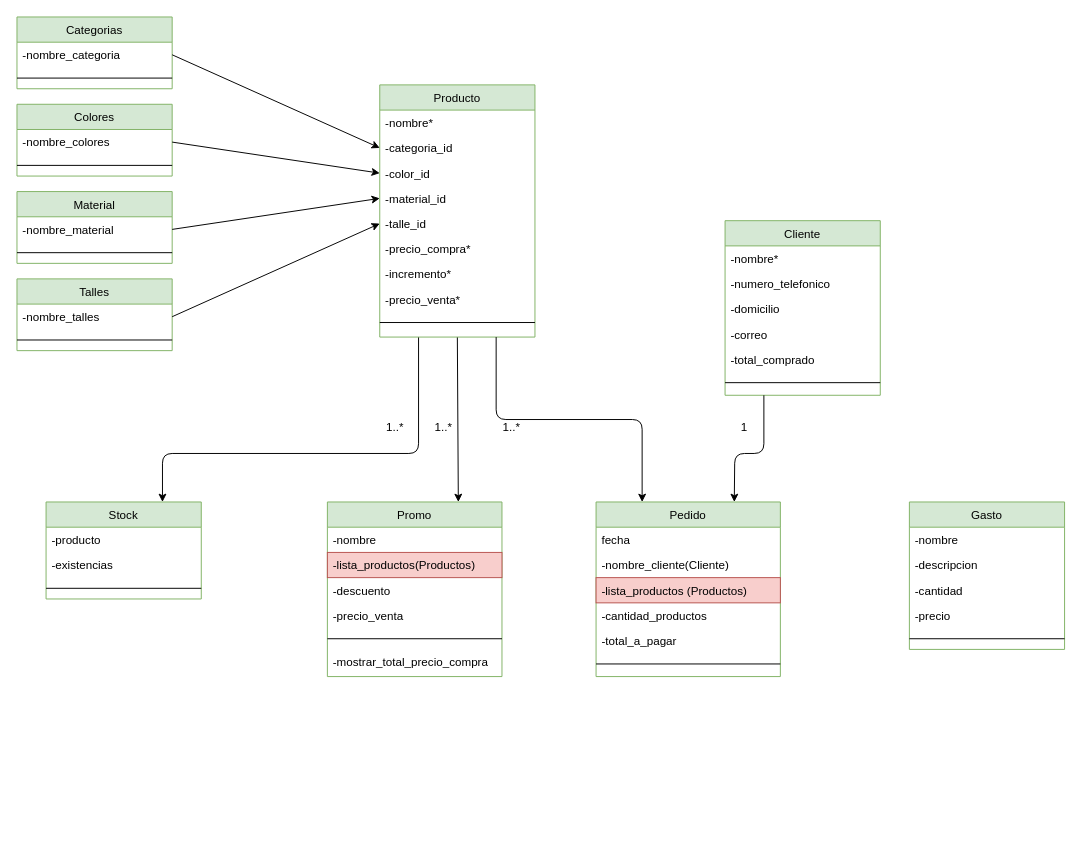
Before: Modelos-elCanario.drawio in DarthKenar/ElCanarioRegionales, a draw.io diagram. Source tidied: cells renumbered, new cells numbered last; positions are measured from the earlier drawing's top-left corner, leaving out a move shared by most shapes. Both pictures are drawn from the tidied source at 97%, with x=0, y=0 at pixel (16, 16).
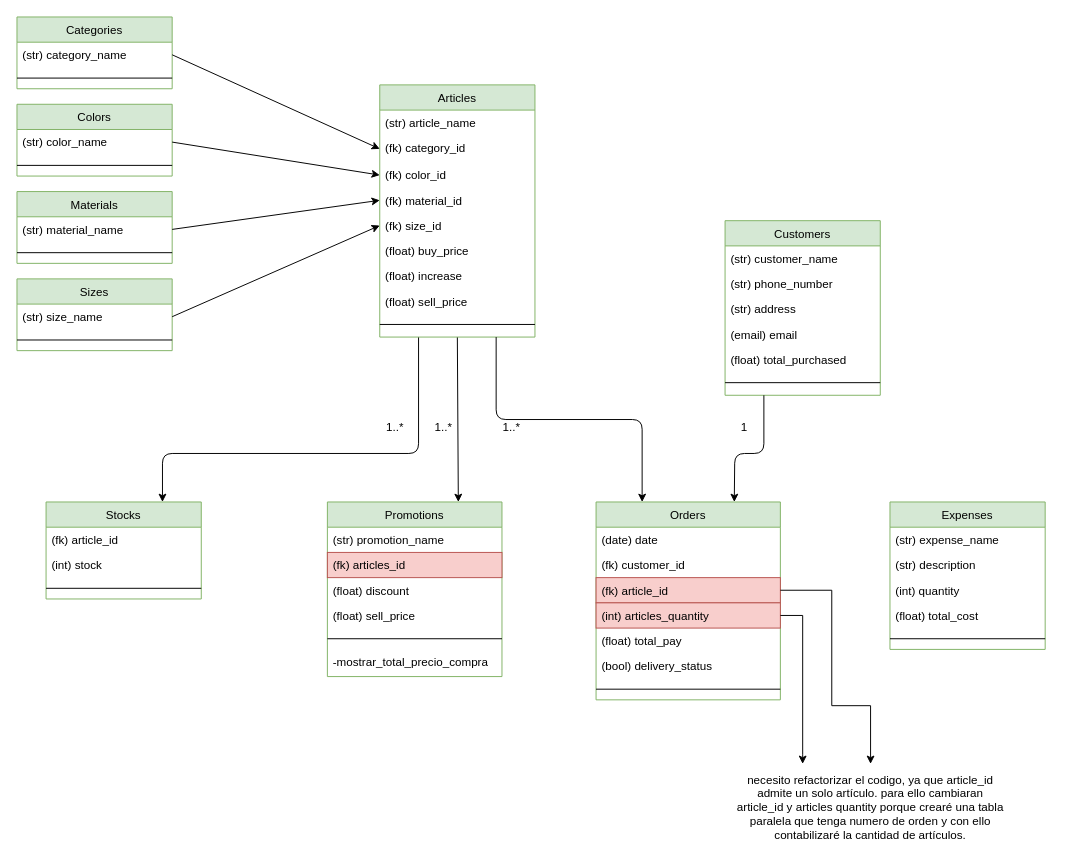
Above is the later version.

Diff of the diagram source:
```diff
@@
-    <mxCell id="4" value="Producto" style="swimlane;fontStyle=0;align=center;verticalAlign=top;horizontal=1;startSize=26;rounded=0;shadow=0;strokeWidth=1;fillColor=#d5e8d4;strokeColor=#82b366;" parent="1" vertex="1">
+    <mxCell id="4" value="Articles" style="swimlane;fontStyle=0;align=center;verticalAlign=top;horizontal=1;startSize=26;rounded=0;shadow=0;strokeWidth=1;fillColor=#d5e8d4;strokeColor=#82b366;" parent="1" vertex="1">
       <mxGeometry x="374" y="70" width="160" height="260" as="geometry" />
     </mxCell>
-    <mxCell id="5" value="-nombre*" style="text;align=left;verticalAlign=top;spacingLeft=4;spacingRight=4;overflow=hidden;" parent="4" vertex="1">
+    <mxCell id="5" value="(str) article_name" style="text;align=left;verticalAlign=top;spacingLeft=4;spacingRight=4;overflow=hidden;" parent="4" vertex="1">
       <mxGeometry y="26" width="160" height="26" as="geometry" />
     </mxCell>
-    <mxCell id="6" value="-categoria_id" style="text;align=left;verticalAlign=top;spacingLeft=4;spacingRight=4;overflow=hidden;points=[[0,0.5],[1,0.5]];portConstraint=eastwest;rounded=0;shadow=0;html=0;" parent="4" vertex="1">
-      <mxGeometry y="52" width="160" height="26" as="geometry" />
+    <mxCell id="6" value="(fk) category_id" style="text;align=left;verticalAlign=top;spacingLeft=4;spacingRight=4;overflow=hidden;points=[[0,0.5],[1,0.5]];portConstraint=eastwest;rounded=0;shadow=0;html=0;" parent="4" vertex="1">
+      <mxGeometry y="52" width="160" height="28" as="geometry" />
     </mxCell>
-    <mxCell id="7" value="-color_id" style="text;align=left;verticalAlign=top;spacingLeft=4;spacingRight=4;overflow=hidden;points=[[0,0.5],[1,0.5]];portConstraint=eastwest;rounded=0;shadow=0;html=0;" parent="4" vertex="1">
-      <mxGeometry y="78" width="160" height="26" as="geometry" />
+    <mxCell id="7" value="(fk) color_id" style="text;align=left;verticalAlign=top;spacingLeft=4;spacingRight=4;overflow=hidden;points=[[0,0.5],[1,0.5]];portConstraint=eastwest;rounded=0;shadow=0;html=0;" parent="4" vertex="1">
+      <mxGeometry y="80" width="160" height="26" as="geometry" />
     </mxCell>
-    <mxCell id="8" value="-material_id" style="text;align=left;verticalAlign=top;spacingLeft=4;spacingRight=4;overflow=hidden;points=[[0,0.5],[1,0.5]];portConstraint=eastwest;rounded=0;shadow=0;html=0;" parent="4" vertex="1">
-      <mxGeometry y="104" width="160" height="26" as="geometry" />
+    <mxCell id="8" value="(fk) material_id" style="text;align=left;verticalAlign=top;spacingLeft=4;spacingRight=4;overflow=hidden;points=[[0,0.5],[1,0.5]];portConstraint=eastwest;rounded=0;shadow=0;html=0;" parent="4" vertex="1">
+      <mxGeometry y="106" width="160" height="26" as="geometry" />
     </mxCell>
-    <mxCell id="9" value="-talle_id" style="text;align=left;verticalAlign=top;spacingLeft=4;spacingRight=4;overflow=hidden;points=[[0,0.5],[1,0.5]];portConstraint=eastwest;rounded=0;shadow=0;html=0;" parent="4" vertex="1">
-      <mxGeometry y="130" width="160" height="26" as="geometry" />
+    <mxCell id="9" value="(fk) size_id" style="text;align=left;verticalAlign=top;spacingLeft=4;spacingRight=4;overflow=hidden;points=[[0,0.5],[1,0.5]];portConstraint=eastwest;rounded=0;shadow=0;html=0;" parent="4" vertex="1">
+      <mxGeometry y="132" width="160" height="26" as="geometry" />
     </mxCell>
-    <mxCell id="10" value="-precio_compra*" style="text;align=left;verticalAlign=top;spacingLeft=4;spacingRight=4;overflow=hidden;rounded=0;shadow=0;html=0;" parent="4" vertex="1">
-      <mxGeometry y="156" width="160" height="26" as="geometry" />
+    <mxCell id="10" value="(float) buy_price" style="text;align=left;verticalAlign=top;spacingLeft=4;spacingRight=4;overflow=hidden;rounded=0;shadow=0;html=0;" parent="4" vertex="1">
+      <mxGeometry y="158" width="160" height="26" as="geometry" />
     </mxCell>
-    <mxCell id="11" value="-incremento*" style="text;align=left;verticalAlign=top;spacingLeft=4;spacingRight=4;overflow=hidden;rounded=0;shadow=0;html=0;" parent="4" vertex="1">
-      <mxGeometry y="182" width="160" height="26" as="geometry" />
+    <mxCell id="11" value="(float) increase" style="text;align=left;verticalAlign=top;spacingLeft=4;spacingRight=4;overflow=hidden;rounded=0;shadow=0;html=0;" parent="4" vertex="1">
+      <mxGeometry y="184" width="160" height="26" as="geometry" />
     </mxCell>
-    <mxCell id="12" value="-precio_venta*" style="text;align=left;verticalAlign=top;spacingLeft=4;spacingRight=4;overflow=hidden;rounded=0;shadow=0;html=0;" parent="4" vertex="1">
-      <mxGeometry y="208" width="160" height="26" as="geometry" />
+    <mxCell id="12" value="(float) sell_price" style="text;align=left;verticalAlign=top;spacingLeft=4;spacingRight=4;overflow=hidden;rounded=0;shadow=0;html=0;" parent="4" vertex="1">
+      <mxGeometry y="210" width="160" height="26" as="geometry" />
     </mxCell>
     <mxCell id="13" style="line;html=1;strokeWidth=1;align=left;verticalAlign=middle;spacingTop=-1;spacingLeft=3;spacingRight=3;labelPosition=right;" parent="4" vertex="1">
-      <mxGeometry y="234" width="160" height="22" as="geometry" />
+      <mxGeometry y="236" width="160" height="22" as="geometry" />
     </mxCell>
-    <mxCell id="14" value="Promo" style="swimlane;fontStyle=0;align=center;verticalAlign=top;horizontal=1;startSize=26;rounded=0;shadow=0;strokeWidth=1;fillColor=#d5e8d4;strokeColor=#82b366;" parent="1" vertex="1">
+    <mxCell id="14" value="Promotions" style="swimlane;fontStyle=0;align=center;verticalAlign=top;horizontal=1;startSize=26;rounded=0;shadow=0;strokeWidth=1;fillColor=#d5e8d4;strokeColor=#82b366;" parent="1" vertex="1">
       <mxGeometry x="320" y="500" width="180" height="180" as="geometry" />
     </mxCell>
-    <mxCell id="15" value="-nombre" style="text;align=left;verticalAlign=top;spacingLeft=4;spacingRight=4;overflow=hidden;" parent="14" vertex="1">
+    <mxCell id="15" value="(str) promotion_name" style="text;align=left;verticalAlign=top;spacingLeft=4;spacingRight=4;overflow=hidden;" parent="14" vertex="1">
       <mxGeometry y="26" width="180" height="26" as="geometry" />
     </mxCell>
-    <mxCell id="16" value="-lista_productos(Productos)" style="text;align=left;verticalAlign=top;spacingLeft=4;spacingRight=4;overflow=hidden;fillColor=#f8cecc;strokeColor=#b85450;" parent="14" vertex="1">
+    <mxCell id="16" value="(fk) articles_id" style="text;align=left;verticalAlign=top;spacingLeft=4;spacingRight=4;overflow=hidden;fillColor=#f8cecc;strokeColor=#b85450;" parent="14" vertex="1">
       <mxGeometry y="52" width="180" height="26" as="geometry" />
     </mxCell>
-    <mxCell id="17" value="-descuento" style="text;align=left;verticalAlign=top;spacingLeft=4;spacingRight=4;overflow=hidden;" parent="14" vertex="1">
+    <mxCell id="17" value="(float) discount" style="text;align=left;verticalAlign=top;spacingLeft=4;spacingRight=4;overflow=hidden;" parent="14" vertex="1">
       <mxGeometry y="78" width="180" height="26" as="geometry" />
     </mxCell>
-    <mxCell id="18" value="-precio_venta" style="text;align=left;verticalAlign=top;spacingLeft=4;spacingRight=4;overflow=hidden;" parent="14" vertex="1">
+    <mxCell id="18" value="(float) sell_price" style="text;align=left;verticalAlign=top;spacingLeft=4;spacingRight=4;overflow=hidden;" parent="14" vertex="1">
       <mxGeometry y="104" width="180" height="26" as="geometry" />
     </mxCell>
@@
-    <mxCell id="21" value="Gasto" style="swimlane;fontStyle=0;align=center;verticalAlign=top;horizontal=1;startSize=26;rounded=0;shadow=0;strokeWidth=1;fillColor=#d5e8d4;strokeColor=#82b366;" parent="1" vertex="1">
-      <mxGeometry x="920" y="500" width="160" height="152" as="geometry" />
+    <mxCell id="21" value="Expenses" style="swimlane;fontStyle=0;align=center;verticalAlign=top;horizontal=1;startSize=26;rounded=0;shadow=0;strokeWidth=1;fillColor=#d5e8d4;strokeColor=#82b366;" parent="1" vertex="1">
+      <mxGeometry x="900" y="500" width="160" height="152" as="geometry" />
     </mxCell>
-    <mxCell id="22" value="-nombre" style="text;align=left;verticalAlign=top;spacingLeft=4;spacingRight=4;overflow=hidden;" parent="21" vertex="1">
+    <mxCell id="22" value="(str) expense_name" style="text;align=left;verticalAlign=top;spacingLeft=4;spacingRight=4;overflow=hidden;" parent="21" vertex="1">
       <mxGeometry y="26" width="160" height="26" as="geometry" />
     </mxCell>
-    <mxCell id="23" value="-descripcion" style="text;align=left;verticalAlign=top;spacingLeft=4;spacingRight=4;overflow=hidden;rounded=0;shadow=0;html=0;" parent="21" vertex="1">
+    <mxCell id="23" value="(str) description" style="text;align=left;verticalAlign=top;spacingLeft=4;spacingRight=4;overflow=hidden;rounded=0;shadow=0;html=0;" parent="21" vertex="1">
       <mxGeometry y="52" width="160" height="26" as="geometry" />
     </mxCell>
-    <mxCell id="24" value="-cantidad" style="text;align=left;verticalAlign=top;spacingLeft=4;spacingRight=4;overflow=hidden;rounded=0;shadow=0;html=0;" parent="21" vertex="1">
+    <mxCell id="24" value="(int) quantity" style="text;align=left;verticalAlign=top;spacingLeft=4;spacingRight=4;overflow=hidden;rounded=0;shadow=0;html=0;" parent="21" vertex="1">
       <mxGeometry y="78" width="160" height="26" as="geometry" />
     </mxCell>
-    <mxCell id="25" value="-precio" style="text;align=left;verticalAlign=top;spacingLeft=4;spacingRight=4;overflow=hidden;rounded=0;shadow=0;html=0;" parent="21" vertex="1">
+    <mxCell id="25" value="(float) total_cost" style="text;align=left;verticalAlign=top;spacingLeft=4;spacingRight=4;overflow=hidden;rounded=0;shadow=0;html=0;" parent="21" vertex="1">
       <mxGeometry y="104" width="160" height="26" as="geometry" />
     </mxCell>
@@
-    <mxCell id="27" value="Cliente" style="swimlane;fontStyle=0;align=center;verticalAlign=top;horizontal=1;startSize=26;rounded=0;shadow=0;strokeWidth=1;fillColor=#d5e8d4;strokeColor=#82b366;" parent="1" vertex="1">
+    <mxCell id="27" value="Customers" style="swimlane;fontStyle=0;align=center;verticalAlign=top;horizontal=1;startSize=26;rounded=0;shadow=0;strokeWidth=1;fillColor=#d5e8d4;strokeColor=#82b366;" parent="1" vertex="1">
       <mxGeometry x="730" y="210" width="160" height="180" as="geometry" />
     </mxCell>
-    <mxCell id="28" value="-nombre*&#10;" style="text;align=left;verticalAlign=top;spacingLeft=4;spacingRight=4;overflow=hidden;" parent="27" vertex="1">
+    <mxCell id="28" value="(str) customer_name" style="text;align=left;verticalAlign=top;spacingLeft=4;spacingRight=4;overflow=hidden;" parent="27" vertex="1">
       <mxGeometry y="26" width="160" height="26" as="geometry" />
     </mxCell>
-    <mxCell id="29" value="-numero_telefonico" style="text;align=left;verticalAlign=top;spacingLeft=4;spacingRight=4;overflow=hidden;rounded=0;shadow=0;html=0;" parent="27" vertex="1">
+    <mxCell id="29" value="(str) phone_number" style="text;align=left;verticalAlign=top;spacingLeft=4;spacingRight=4;overflow=hidden;rounded=0;shadow=0;html=0;" parent="27" vertex="1">
       <mxGeometry y="52" width="160" height="26" as="geometry" />
     </mxCell>
-    <mxCell id="30" value="-domicilio" style="text;align=left;verticalAlign=top;spacingLeft=4;spacingRight=4;overflow=hidden;rounded=0;shadow=0;html=0;" parent="27" vertex="1">
+    <mxCell id="30" value="(str) address" style="text;align=left;verticalAlign=top;spacingLeft=4;spacingRight=4;overflow=hidden;rounded=0;shadow=0;html=0;" parent="27" vertex="1">
       <mxGeometry y="78" width="160" height="26" as="geometry" />
     </mxCell>
-    <mxCell id="31" value="-correo" style="text;align=left;verticalAlign=top;spacingLeft=4;spacingRight=4;overflow=hidden;rounded=0;shadow=0;html=0;" parent="27" vertex="1">
+    <mxCell id="31" value="(email) email" style="text;align=left;verticalAlign=top;spacingLeft=4;spacingRight=4;overflow=hidden;rounded=0;shadow=0;html=0;" parent="27" vertex="1">
       <mxGeometry y="104" width="160" height="26" as="geometry" />
     </mxCell>
-    <mxCell id="32" value="-total_comprado" style="text;align=left;verticalAlign=top;spacingLeft=4;spacingRight=4;overflow=hidden;rounded=0;shadow=0;html=0;" parent="27" vertex="1">
+    <mxCell id="32" value="(float) total_purchased" style="text;align=left;verticalAlign=top;spacingLeft=4;spacingRight=4;overflow=hidden;rounded=0;shadow=0;html=0;" parent="27" vertex="1">
       <mxGeometry y="130" width="160" height="26" as="geometry" />
     </mxCell>
@@
-    <mxCell id="36" value="Pedido" style="swimlane;fontStyle=0;align=center;verticalAlign=top;horizontal=1;startSize=26;rounded=0;shadow=0;strokeWidth=1;fillColor=#d5e8d4;strokeColor=#82b366;" parent="1" vertex="1">
-      <mxGeometry x="597" y="500" width="190" height="180" as="geometry" />
+    <mxCell id="36" value="Orders" style="swimlane;fontStyle=0;align=center;verticalAlign=top;horizontal=1;startSize=26;rounded=0;shadow=0;strokeWidth=1;fillColor=#d5e8d4;strokeColor=#82b366;" parent="1" vertex="1">
+      <mxGeometry x="597" y="500" width="190" height="204" as="geometry" />
     </mxCell>
-    <mxCell id="37" value="fecha" style="text;align=left;verticalAlign=top;spacingLeft=4;spacingRight=4;overflow=hidden;" parent="36" vertex="1">
+    <mxCell id="37" value="(date) date" style="text;align=left;verticalAlign=top;spacingLeft=4;spacingRight=4;overflow=hidden;" parent="36" vertex="1">
       <mxGeometry y="26" width="190" height="26" as="geometry" />
     </mxCell>
-    <mxCell id="38" value="-nombre_cliente(Cliente)" style="text;align=left;verticalAlign=top;spacingLeft=4;spacingRight=4;overflow=hidden;rounded=0;shadow=0;html=0;" parent="36" vertex="1">
+    <mxCell id="38" value="(fk) customer_id" style="text;align=left;verticalAlign=top;spacingLeft=4;spacingRight=4;overflow=hidden;rounded=0;shadow=0;html=0;" parent="36" vertex="1">
       <mxGeometry y="52" width="190" height="26" as="geometry" />
     </mxCell>
-    <mxCell id="39" value="-lista_productos (Productos)" style="text;align=left;verticalAlign=top;spacingLeft=4;spacingRight=4;overflow=hidden;points=[[0,0.5],[1,0.5]];portConstraint=eastwest;rounded=0;shadow=0;html=0;fillColor=#f8cecc;strokeColor=#b85450;" parent="36" vertex="1">
+    <mxCell id="39" value="(fk) article_id" style="text;align=left;verticalAlign=top;spacingLeft=4;spacingRight=4;overflow=hidden;points=[[0,0.5],[1,0.5]];portConstraint=eastwest;rounded=0;shadow=0;html=0;fillColor=#f8cecc;strokeColor=#b85450;" parent="36" vertex="1">
       <mxGeometry y="78" width="190" height="26" as="geometry" />
     </mxCell>
-    <mxCell id="40" value="-cantidad_productos" style="text;align=left;verticalAlign=top;spacingLeft=4;spacingRight=4;overflow=hidden;points=[[0,0.5],[1,0.5]];portConstraint=eastwest;rounded=0;shadow=0;html=0;" parent="36" vertex="1">
+    <mxCell id="40" value="(int) articles_quantity" style="text;align=left;verticalAlign=top;spacingLeft=4;spacingRight=4;overflow=hidden;points=[[0,0.5],[1,0.5]];portConstraint=eastwest;rounded=0;shadow=0;html=0;fillColor=#f8cecc;strokeColor=#b85450;" parent="36" vertex="1">
       <mxGeometry y="104" width="190" height="26" as="geometry" />
     </mxCell>
-    <mxCell id="41" value="-total_a_pagar" style="text;align=left;verticalAlign=top;spacingLeft=4;spacingRight=4;overflow=hidden;rounded=0;shadow=0;html=0;" parent="36" vertex="1">
+    <mxCell id="41" value="(float) total_pay" style="text;align=left;verticalAlign=top;spacingLeft=4;spacingRight=4;overflow=hidden;rounded=0;shadow=0;html=0;" parent="36" vertex="1">
       <mxGeometry y="130" width="190" height="26" as="geometry" />
     </mxCell>
+    <mxCell id="67" value="(bool) delivery_status" style="text;align=left;verticalAlign=top;spacingLeft=4;spacingRight=4;overflow=hidden;rounded=0;shadow=0;html=0;" parent="36" vertex="1">
+      <mxGeometry y="156" width="190" height="26" as="geometry" />
+    </mxCell>
     <mxCell id="42" style="line;html=1;strokeWidth=1;align=left;verticalAlign=middle;spacingTop=-1;spacingLeft=3;spacingRight=3;labelPosition=right;" parent="36" vertex="1">
-      <mxGeometry y="156" width="190" height="22" as="geometry" />
+      <mxGeometry y="182" width="190" height="22" as="geometry" />
     </mxCell>
@@
-    <mxCell id="46" value="Stock" style="swimlane;fontStyle=0;align=center;verticalAlign=top;horizontal=1;startSize=26;rounded=0;shadow=0;strokeWidth=1;fillColor=#d5e8d4;strokeColor=#82b366;" parent="1" vertex="1">
+    <mxCell id="46" value="Stocks" style="swimlane;fontStyle=0;align=center;verticalAlign=top;horizontal=1;startSize=26;rounded=0;shadow=0;strokeWidth=1;fillColor=#d5e8d4;strokeColor=#82b366;" parent="1" vertex="1">
       <mxGeometry x="30" y="500" width="160" height="100" as="geometry" />
     </mxCell>
-    <mxCell id="47" value="-producto" style="text;align=left;verticalAlign=top;spacingLeft=4;spacingRight=4;overflow=hidden;rounded=0;shadow=0;html=0;" parent="46" vertex="1">
+    <mxCell id="47" value="(fk) article_id" style="text;align=left;verticalAlign=top;spacingLeft=4;spacingRight=4;overflow=hidden;rounded=0;shadow=0;html=0;" parent="46" vertex="1">
       <mxGeometry y="26" width="160" height="26" as="geometry" />
     </mxCell>
-    <mxCell id="48" value="-existencias" style="text;align=left;verticalAlign=top;spacingLeft=4;spacingRight=4;overflow=hidden;rounded=0;shadow=0;html=0;" parent="46" vertex="1">
+    <mxCell id="48" value="(int) stock" style="text;align=left;verticalAlign=top;spacingLeft=4;spacingRight=4;overflow=hidden;rounded=0;shadow=0;html=0;" parent="46" vertex="1">
       <mxGeometry y="52" width="160" height="26" as="geometry" />
     </mxCell>
@@
-    <mxCell id="51" value="Colores" style="swimlane;fontStyle=0;align=center;verticalAlign=top;horizontal=1;startSize=26;rounded=0;shadow=0;strokeWidth=1;fillColor=#d5e8d4;strokeColor=#82b366;" parent="1" vertex="1">
+    <mxCell id="51" value="Colors" style="swimlane;fontStyle=0;align=center;verticalAlign=top;horizontal=1;startSize=26;rounded=0;shadow=0;strokeWidth=1;fillColor=#d5e8d4;strokeColor=#82b366;" parent="1" vertex="1">
       <mxGeometry y="90" width="160" height="74" as="geometry" />
     </mxCell>
-    <mxCell id="52" value="-nombre_colores" style="text;align=left;verticalAlign=top;spacingLeft=4;spacingRight=4;overflow=hidden;points=[[0,0.5],[1,0.5]];portConstraint=eastwest;rounded=0;shadow=0;html=0;" parent="51" vertex="1">
+    <mxCell id="52" value="(str) color_name" style="text;align=left;verticalAlign=top;spacingLeft=4;spacingRight=4;overflow=hidden;points=[[0,0.5],[1,0.5]];portConstraint=eastwest;rounded=0;shadow=0;html=0;" parent="51" vertex="1">
       <mxGeometry y="26" width="160" height="26" as="geometry" />
     </mxCell>
@@
-    <mxCell id="54" value="Material" style="swimlane;fontStyle=0;align=center;verticalAlign=top;horizontal=1;startSize=26;rounded=0;shadow=0;strokeWidth=1;fillColor=#d5e8d4;strokeColor=#82b366;" parent="1" vertex="1">
+    <mxCell id="54" value="Materials" style="swimlane;fontStyle=0;align=center;verticalAlign=top;horizontal=1;startSize=26;rounded=0;shadow=0;strokeWidth=1;fillColor=#d5e8d4;strokeColor=#82b366;" parent="1" vertex="1">
       <mxGeometry y="180" width="160" height="74" as="geometry" />
     </mxCell>
-    <mxCell id="55" value="-nombre_material" style="text;align=left;verticalAlign=top;spacingLeft=4;spacingRight=4;overflow=hidden;points=[[0,0.5],[1,0.5]];portConstraint=eastwest;rounded=0;shadow=0;html=0;" parent="54" vertex="1">
+    <mxCell id="55" value="(str) material_name" style="text;align=left;verticalAlign=top;spacingLeft=4;spacingRight=4;overflow=hidden;points=[[0,0.5],[1,0.5]];portConstraint=eastwest;rounded=0;shadow=0;html=0;" parent="54" vertex="1">
       <mxGeometry y="26" width="160" height="26" as="geometry" />
     </mxCell>
@@
-    <mxCell id="57" value="Talles" style="swimlane;fontStyle=0;align=center;verticalAlign=top;horizontal=1;startSize=26;rounded=0;shadow=0;strokeWidth=1;fillColor=#d5e8d4;strokeColor=#82b366;" parent="1" vertex="1">
+    <mxCell id="57" value="Sizes" style="swimlane;fontStyle=0;align=center;verticalAlign=top;horizontal=1;startSize=26;rounded=0;shadow=0;strokeWidth=1;fillColor=#d5e8d4;strokeColor=#82b366;" parent="1" vertex="1">
       <mxGeometry y="270" width="160" height="74" as="geometry" />
     </mxCell>
-    <mxCell id="58" value="-nombre_talles" style="text;align=left;verticalAlign=top;spacingLeft=4;spacingRight=4;overflow=hidden;points=[[0,0.5],[1,0.5]];portConstraint=eastwest;rounded=0;shadow=0;html=0;" parent="57" vertex="1">
+    <mxCell id="58" value="(str) size_name" style="text;align=left;verticalAlign=top;spacingLeft=4;spacingRight=4;overflow=hidden;points=[[0,0.5],[1,0.5]];portConstraint=eastwest;rounded=0;shadow=0;html=0;" parent="57" vertex="1">
       <mxGeometry y="26" width="160" height="26" as="geometry" />
     </mxCell>
@@
-    <mxCell id="60" value="Categorias" style="swimlane;fontStyle=0;align=center;verticalAlign=top;horizontal=1;startSize=26;rounded=0;shadow=0;strokeWidth=1;fillColor=#d5e8d4;strokeColor=#82b366;" parent="1" vertex="1">
+    <mxCell id="60" value="Categories" style="swimlane;fontStyle=0;align=center;verticalAlign=top;horizontal=1;startSize=26;rounded=0;shadow=0;strokeWidth=1;fillColor=#d5e8d4;strokeColor=#82b366;" parent="1" vertex="1">
       <mxGeometry width="160" height="74" as="geometry" />
     </mxCell>
-    <mxCell id="61" value="-nombre_categoria" style="text;align=left;verticalAlign=top;spacingLeft=4;spacingRight=4;overflow=hidden;points=[[0,0.5],[1,0.5]];portConstraint=eastwest;rounded=0;shadow=0;html=0;" parent="60" vertex="1">
+    <mxCell id="61" value="(str) category_name" style="text;align=left;verticalAlign=top;spacingLeft=4;spacingRight=4;overflow=hidden;points=[[0,0.5],[1,0.5]];portConstraint=eastwest;rounded=0;shadow=0;html=0;" parent="60" vertex="1">
       <mxGeometry y="26" width="160" height="26" as="geometry" />
     </mxCell>
@@
+    <mxCell id="68" value="necesito refactorizar el codigo, ya que article_id admite un solo artículo. para ello cambiaran article_id y articles quantity porque crearé una tabla paralela que tenga numero de orden y con ello contabilizaré la cantidad de artículos." style="text;html=1;strokeColor=none;fillColor=none;align=center;verticalAlign=middle;whiteSpace=wrap;rounded=0;" parent="1" vertex="1">
+      <mxGeometry x="740" y="770" width="280" height="90" as="geometry" />
+    </mxCell>
+    <mxCell id="69" style="edgeStyle=orthogonalEdgeStyle;rounded=0;jettySize=auto;html=1;exitX=1;exitY=0.5;exitDx=0;exitDy=0;entryX=0.25;entryY=0;entryDx=0;entryDy=0;" parent="1" edge="1" source="40" target="68">
+      <mxGeometry relative="1" as="geometry">
+        <Array as="points">
+          <mxPoint x="810" y="617" />
+          <mxPoint x="810" y="760" />
+        </Array>
+      </mxGeometry>
+    </mxCell>
+    <mxCell id="70" style="edgeStyle=orthogonalEdgeStyle;rounded=0;jettySize=auto;html=1;entryX=0.5;entryY=0;entryDx=0;entryDy=0;" parent="1" edge="1" source="39" target="68">
+      <mxGeometry relative="1" as="geometry">
+        <Array as="points">
+          <mxPoint x="840" y="591" />
+          <mxPoint x="840" y="710" />
+        </Array>
+      </mxGeometry>
+    </mxCell>
```
